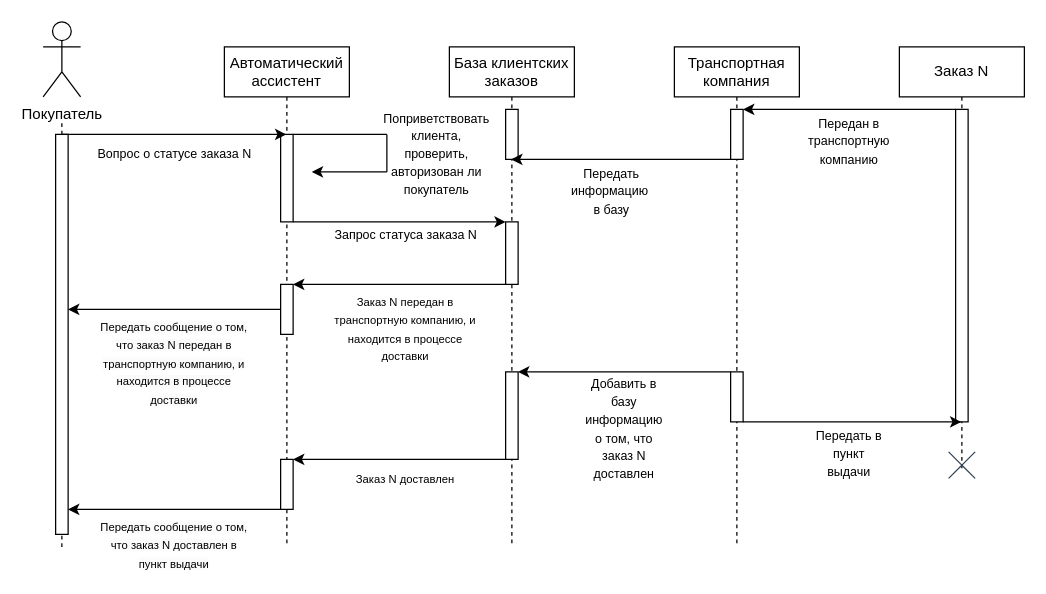
Earlier version of the draw.io diagram Диаграмма последовательности.drawio (tssergeev/lflflflf). Source tidied: cells renumbered, new cells numbered last; positions are measured from the earlier drawing's top-left corner, leaving out a move shared by most shapes. Both pictures are drawn from the tidied source at 125%, with x=0, y=0 at pixel (42, 21).
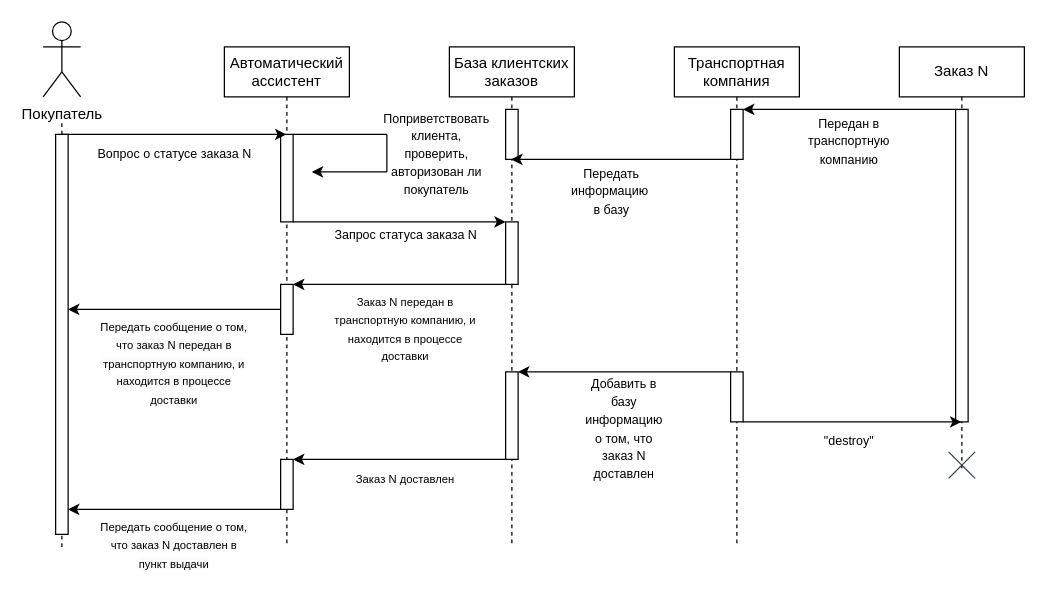
The same page after the edit.

Diff of the diagram source:
```diff
@@
-    <mxCell id="37" value="&lt;font style=&quot;font-size: 10px;&quot;&gt;Передать в пункт выдачи&lt;/font&gt;" style="text;html=1;strokeColor=none;fillColor=none;align=center;verticalAlign=middle;whiteSpace=wrap;rounded=0;" parent="1" vertex="1">
-      <mxGeometry x="615" y="330" width="60" height="30" as="geometry" />
+    <mxCell id="37" value="&lt;span style=&quot;font-size: 10px;&quot;&gt;&quot;destroy&quot;&lt;/span&gt;" style="text;html=1;strokeColor=none;fillColor=none;align=center;verticalAlign=middle;whiteSpace=wrap;rounded=0;" parent="1" vertex="1">
+      <mxGeometry x="615" y="320" width="60" height="30" as="geometry" />
     </mxCell>
```
